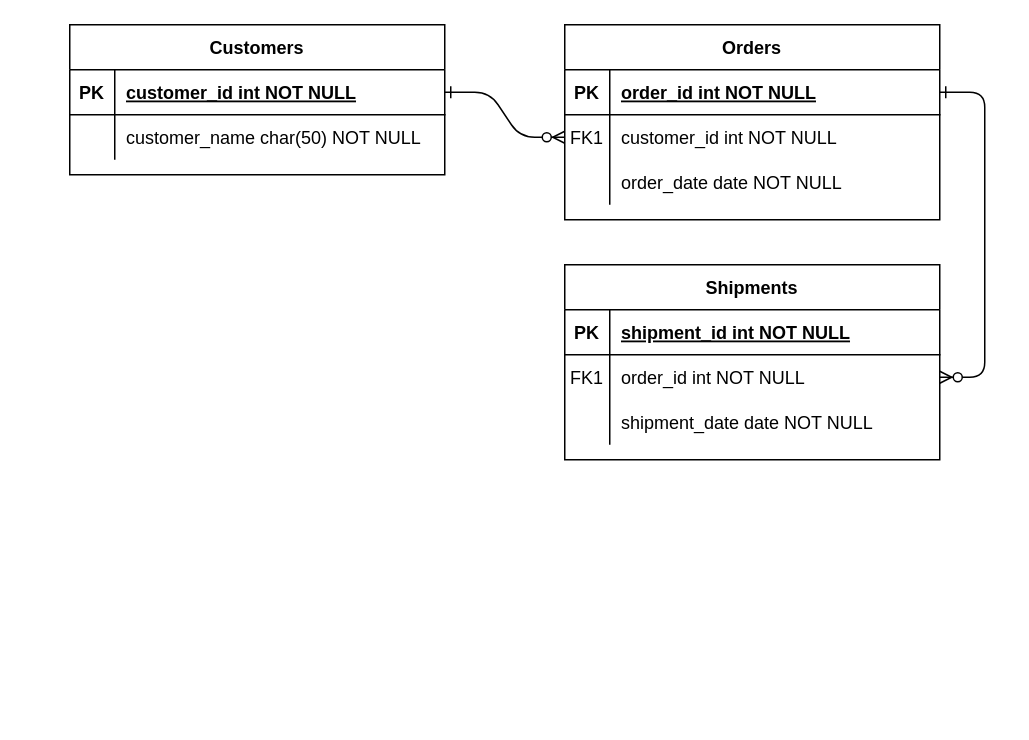
Above: Untitled Diagram.drawio in Aisha1098/intern (draw.io), before the change. Source tidied: cells renumbered, new cells numbered last; positions are measured from the earlier drawing's top-left corner, leaving out a move shared by most shapes. Both pictures are drawn from the tidied source at 150%, with x=0, y=0 at pixel (69, 24).
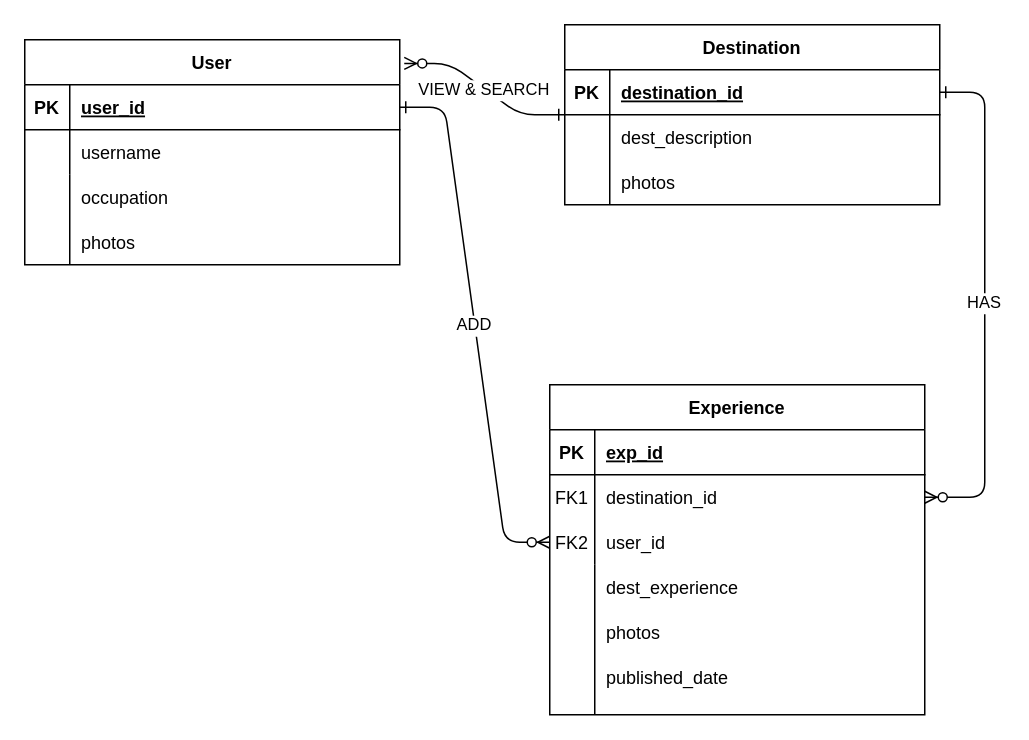
The same page after the edit.

The change refers to these unchanged cells:
```xml
<mxCell id="5" style="shape=partialRectangle;fillColor=none;points=[[0,0.5],[1,0.5]];portConstraint=eastwest;top=0;left=0;right=0;bottom=1;" parent="4" vertex="1">
  <mxGeometry y="30" width="250" height="30" as="geometry" />
</mxCell>
<mxCell id="8" style="shape=partialRectangle;fillColor=none;points=[[0,0.5],[1,0.5]];portConstraint=eastwest;top=0;left=0;right=0;bottom=0;" parent="4" vertex="1">
  <mxGeometry y="60" width="250" height="30" as="geometry" />
</mxCell>
<mxCell id="11" style="shape=partialRectangle;fillColor=none;top=0;left=0;right=0;bottom=0;" parent="4" vertex="1">
  <mxGeometry y="90" width="250" height="30" as="geometry" />
</mxCell>
<mxCell id="15" style="shape=partialRectangle;fillColor=none;top=0;left=0;right=0;bottom=1;" parent="14" vertex="1">
  <mxGeometry y="30" width="250" height="30" as="geometry" />
</mxCell>
<mxCell id="18" style="shape=partialRectangle;fillColor=none;points=[[0,0.5],[1,0.5]];portConstraint=eastwest;top=0;left=0;right=0;bottom=0;" parent="14" vertex="1">
  <mxGeometry y="60" width="250" height="30" as="geometry" />
</mxCell>
<mxCell id="21" style="shape=partialRectangle;fillColor=none;points=[[0,0.5],[1,0.5]];portConstraint=eastwest;top=0;left=0;right=0;bottom=0;" parent="14" vertex="1">
  <mxGeometry y="90" width="250" height="30" as="geometry" />
</mxCell>
<mxCell id="25" style="shape=partialRectangle;fillColor=none;points=[[0,0.5],[1,0.5]];portConstraint=eastwest;top=0;left=0;right=0;bottom=1;" parent="24" vertex="1">
  <mxGeometry y="30" width="250" height="30" as="geometry" />
</mxCell>
<mxCell id="28" style="shape=partialRectangle;fillColor=none;top=0;left=0;right=0;bottom=0;" parent="24" vertex="1">
  <mxGeometry y="60" width="250" height="30" as="geometry" />
</mxCell>
```

The edit, as a diff of the source:
```diff
@@
-    <mxCell id="2" style="edgeStyle=entityRelationEdgeStyle;endArrow=ERzeroToMany;startArrow=ERone;endFill=1;startFill=0;" parent="1" edge="1" source="25" target="8">
+    <mxCell id="2" value="ADD" style="edgeStyle=entityRelationEdgeStyle;endArrow=ERzeroToMany;startArrow=ERone;endFill=1;startFill=0;exitX=1;exitY=0.5;exitDx=0;exitDy=0;" parent="1" edge="1" source="25" target="21">
       <mxGeometry relative="1" as="geometry" />
     </mxCell>
-    <mxCell id="3" style="edgeStyle=entityRelationEdgeStyle;endArrow=ERzeroToMany;startArrow=ERone;endFill=1;startFill=0;" parent="1" edge="1" source="5" target="18">
+    <mxCell id="3" value="HAS" style="edgeStyle=entityRelationEdgeStyle;endArrow=ERzeroToMany;startArrow=ERone;endFill=1;startFill=0;" parent="1" edge="1" source="5" target="18">
       <mxGeometry relative="1" as="geometry" />
     </mxCell>
-    <mxCell id="4" value="Orders" style="shape=table;startSize=30;childLayout=tableLayout;rowLines=0;fontStyle=1;align=center;" parent="1" vertex="1">
-      <mxGeometry x="330" width="250" height="130" as="geometry" />
+    <mxCell id="4" value="Destination" style="shape=table;startSize=30;childLayout=tableLayout;rowLines=0;fontStyle=1;align=center;" parent="1" vertex="1">
+      <mxGeometry x="330" width="250" height="120" as="geometry" />
     </mxCell>
@@
-    <mxCell id="7" value="order_id int NOT NULL " style="shape=partialRectangle;overflow=hidden;fillColor=none;top=0;left=0;bottom=0;right=0;align=left;spacingLeft=6;fontStyle=5;" parent="5" vertex="1">
+    <mxCell id="7" value="destination_id" style="shape=partialRectangle;overflow=hidden;fillColor=none;top=0;left=0;bottom=0;right=0;align=left;spacingLeft=6;fontStyle=5;" parent="5" vertex="1">
       <mxGeometry x="30" width="220" height="30" as="geometry" />
     </mxCell>
@@
-    <mxCell id="9" value="FK1" style="shape=partialRectangle;overflow=hidden;fillColor=none;top=0;left=0;bottom=0;right=0;" parent="8" vertex="1">
+    <mxCell id="9" style="shape=partialRectangle;overflow=hidden;fillColor=none;top=0;left=0;bottom=0;right=0;" parent="8" vertex="1">
       <mxGeometry width="30" height="30" as="geometry" />
     </mxCell>
-    <mxCell id="10" value="customer_id int NOT NULL" style="shape=partialRectangle;overflow=hidden;fillColor=none;top=0;left=0;bottom=0;right=0;align=left;spacingLeft=6;" parent="8" vertex="1">
+    <mxCell id="10" value="dest_description" style="shape=partialRectangle;overflow=hidden;fillColor=none;top=0;left=0;bottom=0;right=0;align=left;spacingLeft=6;" parent="8" vertex="1">
       <mxGeometry x="30" width="220" height="30" as="geometry" />
     </mxCell>
@@
-    <mxCell id="13" value="order_date date NOT NULL" style="shape=partialRectangle;overflow=hidden;fillColor=none;top=0;left=0;bottom=0;right=0;align=left;spacingLeft=6;" parent="11" vertex="1">
+    <mxCell id="13" style="shape=partialRectangle;overflow=hidden;fillColor=none;top=0;left=0;bottom=0;right=0;align=left;spacingLeft=6;" parent="11" vertex="1">
       <mxGeometry x="30" width="220" height="30" as="geometry" />
     </mxCell>
-    <mxCell id="14" value="Shipments" style="shape=table;startSize=30;childLayout=tableLayout;rowLines=0;fontStyle=1;align=center;" parent="1" vertex="1">
-      <mxGeometry x="330" y="160" width="250" height="130" as="geometry" />
+    <mxCell id="14" value="Experience" style="shape=table;startSize=30;childLayout=tableLayout;rowLines=0;fontStyle=1;align=center;" parent="1" vertex="1">
+      <mxGeometry x="320" y="240" width="250" height="220" as="geometry" />
     </mxCell>
@@
-    <mxCell id="17" value="shipment_id int NOT NULL " style="shape=partialRectangle;overflow=hidden;fillColor=none;top=0;left=0;bottom=0;right=0;align=left;spacingLeft=6;fontStyle=5;" parent="15" vertex="1">
+    <mxCell id="17" value="exp_id" style="shape=partialRectangle;overflow=hidden;fillColor=none;top=0;left=0;bottom=0;right=0;align=left;spacingLeft=6;fontStyle=5;" parent="15" vertex="1">
       <mxGeometry x="30" width="220" height="30" as="geometry" />
     </mxCell>
@@
-    <mxCell id="20" value="order_id int NOT NULL" style="shape=partialRectangle;overflow=hidden;fillColor=none;top=0;left=0;bottom=0;right=0;align=left;spacingLeft=6;" parent="18" vertex="1">
+    <mxCell id="20" value="destination_id" style="shape=partialRectangle;overflow=hidden;fillColor=none;top=0;left=0;bottom=0;right=0;align=left;spacingLeft=6;" parent="18" vertex="1">
       <mxGeometry x="30" width="220" height="30" as="geometry" />
     </mxCell>
@@
-    <mxCell id="22" style="shape=partialRectangle;overflow=hidden;fillColor=none;top=0;left=0;bottom=0;right=0;" parent="21" vertex="1">
+    <mxCell id="22" value="FK2" style="shape=partialRectangle;overflow=hidden;fillColor=none;top=0;left=0;bottom=0;right=0;" parent="21" vertex="1">
       <mxGeometry width="30" height="30" as="geometry" />
     </mxCell>
-    <mxCell id="23" value="shipment_date date NOT NULL" style="shape=partialRectangle;overflow=hidden;fillColor=none;top=0;left=0;bottom=0;right=0;align=left;spacingLeft=6;" parent="21" vertex="1">
+    <mxCell id="23" value="user_id" style="shape=partialRectangle;overflow=hidden;fillColor=none;top=0;left=0;bottom=0;right=0;align=left;spacingLeft=6;" parent="21" vertex="1">
       <mxGeometry x="30" width="220" height="30" as="geometry" />
     </mxCell>
-    <mxCell id="24" value="Customers" style="shape=table;startSize=30;childLayout=tableLayout;rowLines=0;fontStyle=1;align=center;" parent="1" vertex="1">
-      <mxGeometry width="250" height="100" as="geometry" />
+    <mxCell id="24" value="User" style="shape=table;startSize=30;childLayout=tableLayout;rowLines=0;fontStyle=1;align=center;" parent="1" vertex="1">
+      <mxGeometry x="-30" y="10" width="250" height="150" as="geometry" />
     </mxCell>
@@
-    <mxCell id="27" value="customer_id int NOT NULL " style="shape=partialRectangle;overflow=hidden;fillColor=none;top=0;left=0;bottom=0;right=0;align=left;spacingLeft=6;fontStyle=5;" parent="25" vertex="1">
+    <mxCell id="27" value="user_id" style="shape=partialRectangle;overflow=hidden;fillColor=none;top=0;left=0;bottom=0;right=0;align=left;spacingLeft=6;fontStyle=5;" parent="25" vertex="1">
       <mxGeometry x="30" width="220" height="30" as="geometry" />
     </mxCell>
@@
-    <mxCell id="30" value="customer_name char(50) NOT NULL" style="shape=partialRectangle;overflow=hidden;fillColor=none;top=0;left=0;bottom=0;right=0;align=left;spacingLeft=6;" parent="28" vertex="1">
+    <mxCell id="30" value="username" style="shape=partialRectangle;overflow=hidden;fillColor=none;top=0;left=0;bottom=0;right=0;align=left;spacingLeft=6;" parent="28" vertex="1">
       <mxGeometry x="30" width="220" height="30" as="geometry" />
     </mxCell>
+    <mxCell id="31" value="dest_experience" style="shape=partialRectangle;overflow=hidden;fillColor=none;top=0;left=0;bottom=0;right=0;align=left;spacingLeft=6;" parent="1" vertex="1">
+      <mxGeometry x="350" y="360" width="220" height="30" as="geometry" />
+    </mxCell>
+    <mxCell id="32" value="occupation" style="shape=partialRectangle;overflow=hidden;fillColor=none;top=0;left=0;bottom=0;right=0;align=left;spacingLeft=6;" parent="1" vertex="1">
+      <mxGeometry y="100" width="220" height="30" as="geometry" />
+    </mxCell>
+    <mxCell id="33" value="photos" style="shape=partialRectangle;overflow=hidden;fillColor=none;top=0;left=0;bottom=0;right=0;align=left;spacingLeft=6;" parent="1" vertex="1">
+      <mxGeometry x="350" y="390" width="220" height="30" as="geometry" />
+    </mxCell>
+    <mxCell id="34" value="photos" style="shape=partialRectangle;overflow=hidden;fillColor=none;top=0;left=0;bottom=0;right=0;align=left;spacingLeft=6;" parent="1" vertex="1">
+      <mxGeometry x="360" y="90" width="220" height="30" as="geometry" />
+    </mxCell>
+    <mxCell id="35" value="photos" style="shape=partialRectangle;overflow=hidden;fillColor=none;top=0;left=0;bottom=0;right=0;align=left;spacingLeft=6;" parent="1" vertex="1">
+      <mxGeometry y="130" width="220" height="30" as="geometry" />
+    </mxCell>
+    <mxCell id="36" value="published_date" style="shape=partialRectangle;overflow=hidden;fillColor=none;top=0;left=0;bottom=0;right=0;align=left;spacingLeft=6;" parent="1" vertex="1">
+      <mxGeometry x="350" y="420" width="220" height="30" as="geometry" />
+    </mxCell>
+    <mxCell id="37" value="VIEW &amp; SEARCH" style="edgeStyle=entityRelationEdgeStyle;endArrow=ERzeroToMany;startArrow=ERone;endFill=1;startFill=0;entryX=1.012;entryY=0.105;entryDx=0;entryDy=0;entryPerimeter=0;" parent="1" edge="1" source="4" target="24">
+      <mxGeometry relative="1" as="geometry" />
+    </mxCell>
+    <mxCell id="38" style="endArrow=none;html=1;rounded=0;" parent="1" edge="1">
+      <mxGeometry relative="1" as="geometry">
+        <mxPoint x="350" y="460" as="sourcePoint" />
+        <mxPoint x="350" y="360" as="targetPoint" />
+      </mxGeometry>
+    </mxCell>
+    <mxCell id="39" style="endArrow=none;html=1;rounded=0;" parent="1" edge="1">
+      <mxGeometry relative="1" as="geometry">
+        <mxPoint y="160" as="sourcePoint" />
+        <mxPoint y="100" as="targetPoint" />
+      </mxGeometry>
+    </mxCell>
```
